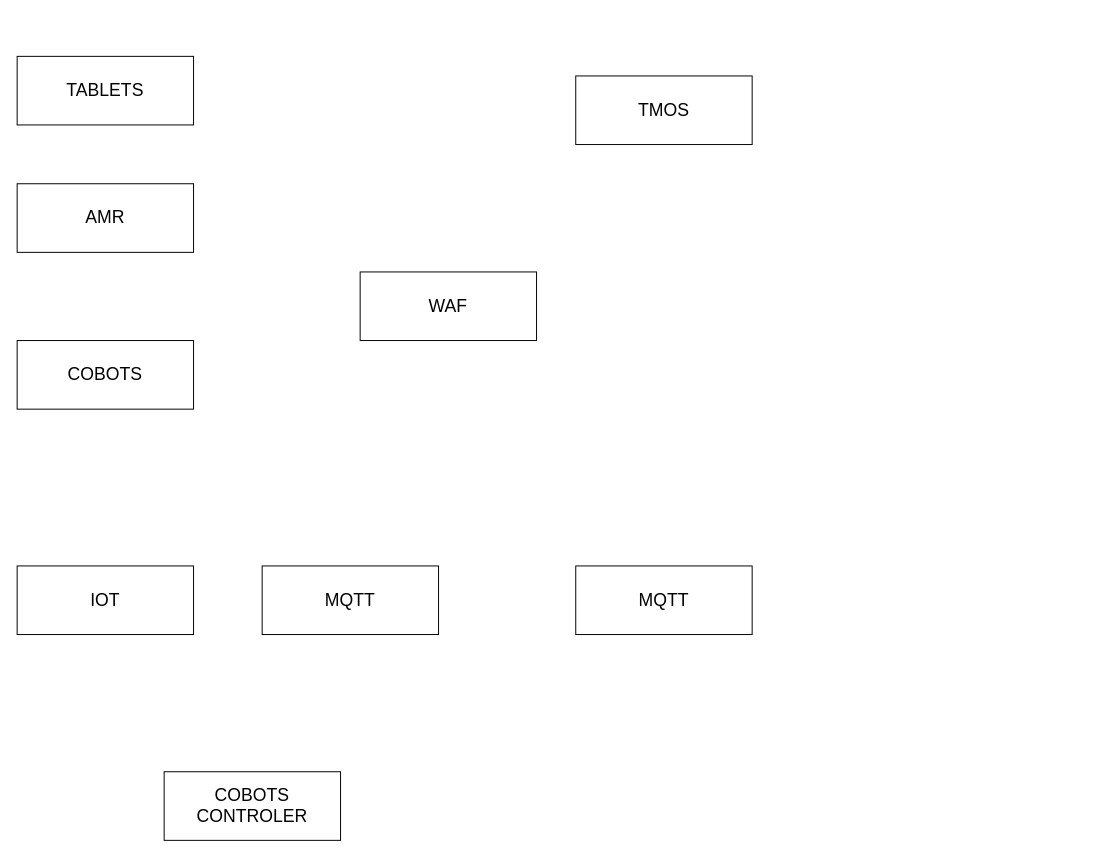
This is sgpreqs.drawio from daseeds/schemas, a draw.io file, before an edit. Source tidied: cells renumbered, new cells numbered last; positions are measured from the earlier drawing's top-left corner, leaving out a move shared by most shapes. Both pictures are drawn from the tidied source at 98%, with x=0, y=0 at pixel (17, 56).
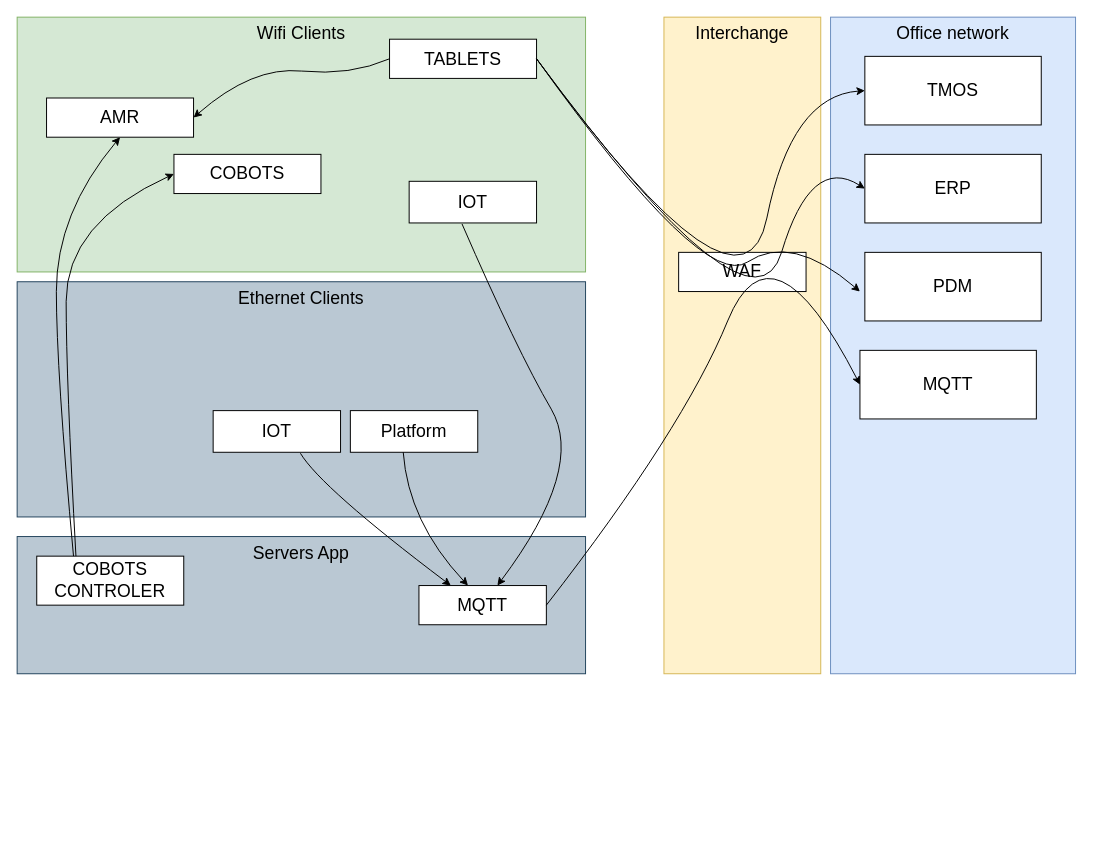
The same diagram, later.

What changed in the source:
```diff
@@
+    <mxCell id="11" value="Servers App" style="rounded=0;whiteSpace=wrap;html=1;labelBackgroundColor=none;labelBorderColor=none;fontSize=18;fillColor=#bac8d3;strokeColor=#23445d;verticalAlign=top;" parent="1" vertex="1">
+      <mxGeometry y="490" width="580" height="140" as="geometry" />
+    </mxCell>
+    <mxCell id="12" value="Office network" style="rounded=0;whiteSpace=wrap;html=1;fontSize=18;labelBackgroundColor=none;labelBorderColor=none;fillColor=#dae8fc;strokeColor=#6c8ebf;verticalAlign=top;" parent="1" vertex="1">
+      <mxGeometry x="830" y="-40" width="250" height="670" as="geometry" />
+    </mxCell>
+    <mxCell id="13" value="Ethernet Clients" style="rounded=0;whiteSpace=wrap;html=1;labelBackgroundColor=none;labelBorderColor=none;fontSize=18;fillColor=#bac8d3;strokeColor=#23445d;verticalAlign=top;" parent="1" vertex="1">
+      <mxGeometry y="230" width="580" height="240" as="geometry" />
+    </mxCell>
+    <mxCell id="14" value="Wifi Clients" style="rounded=0;whiteSpace=wrap;html=1;labelBackgroundColor=none;labelBorderColor=none;fontSize=18;fillColor=#d5e8d4;strokeColor=#82b366;verticalAlign=top;" parent="1" vertex="1">
+      <mxGeometry y="-40" width="580" height="260" as="geometry" />
+    </mxCell>
     <mxCell id="2" value="TMOS" style="rounded=0;whiteSpace=wrap;html=1;fontSize=18;" parent="1" vertex="1">
-      <mxGeometry x="570" y="20" width="180" height="70" as="geometry" />
+      <mxGeometry x="865" width="180" height="70" as="geometry" />
     </mxCell>
     <mxCell id="3" value="AMR" style="rounded=0;whiteSpace=wrap;html=1;fontSize=18;" parent="1" vertex="1">
-      <mxGeometry y="130" width="180" height="70" as="geometry" />
+      <mxGeometry x="30" y="42.5" width="150" height="40" as="geometry" />
     </mxCell>
     <mxCell id="4" value="COBOTS" style="rounded=0;whiteSpace=wrap;html=1;fontSize=18;" parent="1" vertex="1">
-      <mxGeometry y="290" width="180" height="70" as="geometry" />
+      <mxGeometry x="160" y="100" width="150" height="40" as="geometry" />
     </mxCell>
     <mxCell id="5" value="IOT" style="rounded=0;whiteSpace=wrap;html=1;fontSize=18;" parent="1" vertex="1">
-      <mxGeometry y="520" width="180" height="70" as="geometry" />
+      <mxGeometry x="200" y="361.5" width="130" height="42.5" as="geometry" />
     </mxCell>
     <mxCell id="6" value="TABLETS" style="rounded=0;whiteSpace=wrap;html=1;fontSize=18;" parent="1" vertex="1">
-      <mxGeometry width="180" height="70" as="geometry" />
+      <mxGeometry x="380" y="-17.5" width="150" height="40" as="geometry" />
     </mxCell>
     <mxCell id="7" value="COBOTS CONTROLER" style="rounded=0;whiteSpace=wrap;html=1;fontSize=18;" parent="1" vertex="1">
-      <mxGeometry x="150" y="730" width="180" height="70" as="geometry" />
+      <mxGeometry x="20" y="510" width="150" height="50" as="geometry" />
     </mxCell>
+    <mxCell id="9" value="MQTT" style="rounded=0;whiteSpace=wrap;html=1;fontSize=18;" parent="1" vertex="1">
+      <mxGeometry x="410" y="540" width="130" height="40" as="geometry" />
+    </mxCell>
+    <mxCell id="15" value="Interchange" style="rounded=0;whiteSpace=wrap;html=1;fontSize=18;labelBackgroundColor=none;labelBorderColor=none;fillColor=#fff2cc;strokeColor=#d6b656;verticalAlign=top;" parent="1" vertex="1">
+      <mxGeometry x="660" y="-40" width="160" height="670" as="geometry" />
+    </mxCell>
+    <mxCell id="10" value="WAF" style="rounded=0;whiteSpace=wrap;html=1;fontSize=18;" parent="1" vertex="1">
+      <mxGeometry x="675" y="200" width="130" height="40" as="geometry" />
+    </mxCell>
+    <mxCell id="16" value="ERP" style="rounded=0;whiteSpace=wrap;html=1;fontSize=18;" parent="1" vertex="1">
+      <mxGeometry x="865" y="100" width="180" height="70" as="geometry" />
+    </mxCell>
+    <mxCell id="17" value="PDM" style="rounded=0;whiteSpace=wrap;html=1;fontSize=18;" parent="1" vertex="1">
+      <mxGeometry x="865" y="200" width="180" height="70" as="geometry" />
+    </mxCell>
     <mxCell id="8" value="MQTT" style="rounded=0;whiteSpace=wrap;html=1;fontSize=18;" parent="1" vertex="1">
-      <mxGeometry x="250" y="520" width="180" height="70" as="geometry" />
+      <mxGeometry x="860" y="300" width="180" height="70" as="geometry" />
     </mxCell>
-    <mxCell id="9" value="MQTT" style="rounded=0;whiteSpace=wrap;html=1;fontSize=18;" parent="1" vertex="1">
-      <mxGeometry x="570" y="520" width="180" height="70" as="geometry" />
-    </mxCell>
-    <mxCell id="10" value="WAF" style="rounded=0;whiteSpace=wrap;html=1;fontSize=18;" parent="1" vertex="1">
-      <mxGeometry x="350" y="220" width="180" height="70" as="geometry" />
-    </mxCell>
+    <mxCell id="18" value="IOT" style="rounded=0;whiteSpace=wrap;html=1;fontSize=18;" parent="1" vertex="1">
+      <mxGeometry x="400" y="127.5" width="130" height="42.5" as="geometry" />
+    </mxCell>
+    <mxCell id="19" value="Platform" style="rounded=0;whiteSpace=wrap;html=1;fontSize=18;" parent="1" vertex="1">
+      <mxGeometry x="340" y="361.5" width="130" height="42.5" as="geometry" />
+    </mxCell>
+    <mxCell id="20" style="curved=1;endArrow=classic;html=1;rounded=0;fontSize=18;exitX=0.415;exitY=1.024;exitDx=0;exitDy=0;exitPerimeter=0;" parent="1" edge="1" source="18" target="9">
+      <mxGeometry relative="1" as="geometry">
+        <Array as="points">
+          <mxPoint x="510" y="300" />
+          <mxPoint x="580" y="420" />
+        </Array>
+      </mxGeometry>
+    </mxCell>
+    <mxCell id="21" style="curved=1;endArrow=classic;html=1;rounded=0;fontSize=18;exitX=1;exitY=0.5;exitDx=0;exitDy=0;entryX=0;entryY=0.5;entryDx=0;entryDy=0;" parent="1" edge="1" source="9" target="8">
+      <mxGeometry relative="1" as="geometry">
+        <Array as="points">
+          <mxPoint x="680" y="380" />
+          <mxPoint x="770" y="160" />
+        </Array>
+      </mxGeometry>
+    </mxCell>
+    <mxCell id="22" style="curved=1;endArrow=classic;html=1;rounded=0;fontSize=18;exitX=1;exitY=0.5;exitDx=0;exitDy=0;entryX=0;entryY=0.5;entryDx=0;entryDy=0;" parent="1" edge="1" source="6" target="2">
+      <mxGeometry relative="1" as="geometry">
+        <Array as="points">
+          <mxPoint x="740" y="290" />
+          <mxPoint x="790" y="40" />
+        </Array>
+      </mxGeometry>
+    </mxCell>
+    <mxCell id="23" style="curved=1;endArrow=classic;html=1;rounded=0;fontSize=18;exitX=1;exitY=0.5;exitDx=0;exitDy=0;entryX=0;entryY=0.5;entryDx=0;entryDy=0;" parent="1" edge="1" source="6" target="16">
+      <mxGeometry relative="1" as="geometry">
+        <Array as="points">
+          <mxPoint x="750" y="300" />
+          <mxPoint x="810" y="100" />
+        </Array>
+      </mxGeometry>
+    </mxCell>
+    <mxCell id="24" style="curved=1;endArrow=classic;html=1;rounded=0;fontSize=18;exitX=1;exitY=0.5;exitDx=0;exitDy=0;" parent="1" edge="1" source="6">
+      <mxGeometry relative="1" as="geometry">
+        <mxPoint x="860" y="240" as="targetPoint" />
+        <Array as="points">
+          <mxPoint x="700" y="240" />
+          <mxPoint x="790" y="180" />
+        </Array>
+      </mxGeometry>
+    </mxCell>
+    <mxCell id="25" style="curved=1;endArrow=classic;html=1;rounded=0;fontSize=18;exitX=0.25;exitY=0;exitDx=0;exitDy=0;entryX=0.5;entryY=1;entryDx=0;entryDy=0;" parent="1" edge="1" source="7" target="3">
+      <mxGeometry relative="1" as="geometry">
+        <Array as="points">
+          <mxPoint x="40" y="320" />
+          <mxPoint x="40" y="160" />
+        </Array>
+      </mxGeometry>
+    </mxCell>
+    <mxCell id="26" style="curved=1;endArrow=classic;html=1;rounded=0;fontSize=18;entryX=0;entryY=0.5;entryDx=0;entryDy=0;" parent="1" edge="1" target="4">
+      <mxGeometry relative="1" as="geometry">
+        <mxPoint x="60" y="510" as="sourcePoint" />
+        <Array as="points">
+          <mxPoint x="50" y="330" />
+          <mxPoint x="50" y="170" />
+        </Array>
+      </mxGeometry>
+    </mxCell>
+    <mxCell id="27" style="curved=1;endArrow=classic;html=1;rounded=0;fontSize=18;exitX=0;exitY=0.5;exitDx=0;exitDy=0;entryX=1;entryY=0.5;entryDx=0;entryDy=0;" parent="1" edge="1" source="6" target="3">
+      <mxGeometry relative="1" as="geometry">
+        <Array as="points">
+          <mxPoint x="340" y="20" />
+          <mxPoint x="240" y="10" />
+        </Array>
+      </mxGeometry>
+    </mxCell>
+    <mxCell id="28" style="curved=1;endArrow=classic;html=1;rounded=0;fontSize=18;exitX=0.685;exitY=1.024;exitDx=0;exitDy=0;exitPerimeter=0;entryX=0.25;entryY=0;entryDx=0;entryDy=0;" parent="1" edge="1" source="5" target="9">
+      <mxGeometry relative="1" as="geometry">
+        <Array as="points">
+          <mxPoint x="310" y="440" />
+        </Array>
+      </mxGeometry>
+    </mxCell>
+    <mxCell id="29" style="curved=1;endArrow=classic;html=1;rounded=0;fontSize=18;exitX=0.415;exitY=1;exitDx=0;exitDy=0;exitPerimeter=0;entryX=0.385;entryY=0;entryDx=0;entryDy=0;entryPerimeter=0;" parent="1" edge="1" source="19" target="9">
+      <mxGeometry relative="1" as="geometry">
+        <Array as="points">
+          <mxPoint x="399.2" y="475" />
+        </Array>
+      </mxGeometry>
+    </mxCell>
```
